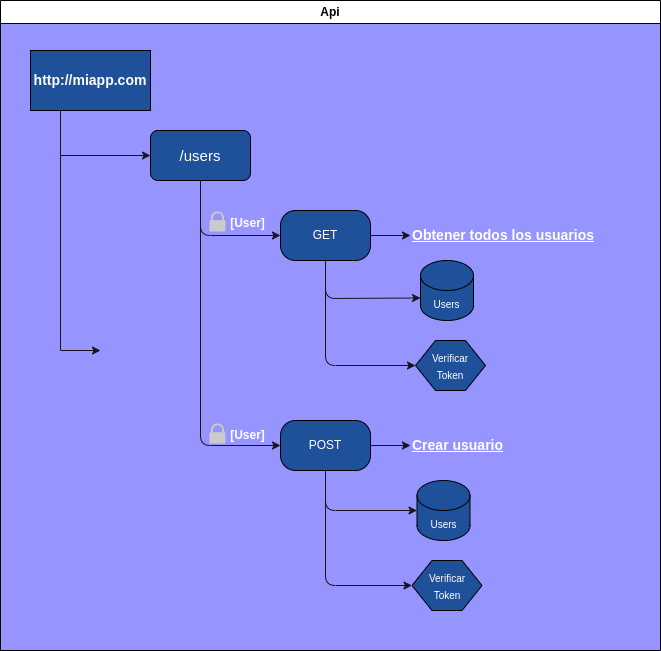
Before: app/diagram.drawio.png, a diagram exported from draw.io (Jav-mol/api_users). Source tidied: cells renumbered, new cells last; positions are measured from the earlier drawing's top-left corner, leaving out a move shared by most shapes.
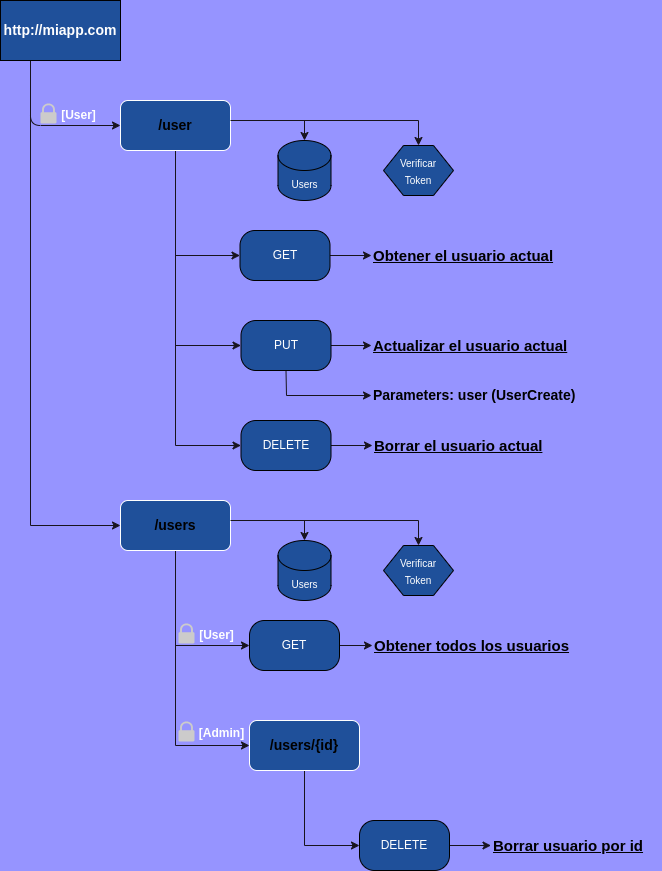
Later version of the same file.

Diff of the diagram source:
```diff
@@ -2,115 +2,190 @@
   <root>
     <mxCell id="0" />
     <mxCell id="1" parent="0" />
-    <mxCell id="2" style="edgeStyle=none;html=1;exitX=0.25;exitY=1;exitDx=0;exitDy=0;entryX=0;entryY=0.5;entryDx=0;entryDy=0;rounded=0;strokeColor=#18141D;" parent="1" edge="1" source="4" target="7">
-      <mxGeometry relative="1" as="geometry">
-        <Array as="points">
-          <mxPoint x="60" y="155" />
-        </Array>
-      </mxGeometry>
-    </mxCell>
-    <mxCell id="3" style="edgeStyle=none;html=1;exitX=0.25;exitY=1;exitDx=0;exitDy=0;rounded=0;strokeColor=#18141D;" parent="1" edge="1" source="4">
+    <mxCell id="3" style="edgeStyle=none;html=1;exitX=0.25;exitY=1;exitDx=0;exitDy=0;rounded=0;strokeColor=#18141D;entryX=0;entryY=0.5;entryDx=0;entryDy=0;" parent="1" edge="1" source="4" target="7">
       <mxGeometry relative="1" as="geometry">
-        <mxPoint x="100" y="350" as="targetPoint" />
         <Array as="points">
-          <mxPoint x="60" y="350" />
+          <mxPoint x="60" y="575" />
         </Array>
       </mxGeometry>
     </mxCell>
+    <mxCell id="27" style="edgeStyle=none;html=1;exitX=0.25;exitY=1;exitDx=0;exitDy=0;strokeColor=#18141D;" parent="1" edge="1" source="4" target="34">
+      <mxGeometry relative="1" as="geometry">
+        <Array as="points">
+          <mxPoint x="60" y="175" />
+        </Array>
+      </mxGeometry>
+    </mxCell>
     <mxCell id="4" value="&lt;font color=&quot;#ffffff&quot; style=&quot;font-size: 14px;&quot;&gt;http://miapp.com&lt;/font&gt;" style="rounded=0;whiteSpace=wrap;html=1;fillColor=#1F509A;fontStyle=1;" parent="1" vertex="1">
       <mxGeometry x="30" y="50" width="120" height="60" as="geometry" />
     </mxCell>
-    <mxCell id="5" style="edgeStyle=none;html=1;exitX=0.5;exitY=1;exitDx=0;exitDy=0;entryX=0;entryY=0.5;entryDx=0;entryDy=0;fontSize=14;strokeColor=#18141D;" parent="1" edge="1" source="7" target="11">
-      <mxGeometry relative="1" as="geometry">
-        <Array as="points">
-          <mxPoint x="200" y="235" />
-        </Array>
-      </mxGeometry>
-    </mxCell>
-    <mxCell id="6" style="edgeStyle=none;html=1;exitX=0.5;exitY=1;exitDx=0;exitDy=0;fontSize=12;entryX=0;entryY=0.5;entryDx=0;entryDy=0;strokeColor=#18141D;" parent="1" edge="1" source="7" target="17">
-      <mxGeometry relative="1" as="geometry">
-        <Array as="points">
-          <mxPoint x="200" y="445" />
-        </Array>
-      </mxGeometry>
-    </mxCell>
+    <mxCell id="28" style="sketch=0;shadow=0;dashed=0;html=1;strokeColor=none;labelPosition=center;verticalLabelPosition=bottom;verticalAlign=top;align=center;shape=mxgraph.office.security.lock_protected;fillColor=#CCCBCB;strokeWidth=3;fontSize=12;fontColor=#FFFFFF;" parent="1" vertex="1">
+      <mxGeometry x="70" y="153" width="16" height="20" as="geometry" />
+    </mxCell>
+    <mxCell id="29" value="&lt;b&gt;&lt;font style=&quot;font-size: 12px;&quot;&gt;[User]&lt;/font&gt;&lt;/b&gt;" style="text;html=1;align=center;verticalAlign=middle;strokeColor=none;fillColor=none;fontSize=10;fontColor=#FFFFFF;" parent="1" vertex="1">
+      <mxGeometry x="78" y="150" width="60" height="30" as="geometry" />
+    </mxCell>
+    <mxCell id="30" style="edgeStyle=none;rounded=0;html=1;entryX=0.5;entryY=0;entryDx=0;entryDy=0;entryPerimeter=0;strokeColor=#18141D;fontSize=14;" parent="1" edge="1" target="39">
+      <mxGeometry relative="1" as="geometry">
+        <mxPoint x="219" y="170" as="sourcePoint" />
+        <Array as="points">
+          <mxPoint x="334" y="170" />
+        </Array>
+      </mxGeometry>
+    </mxCell>
+    <mxCell id="31" style="edgeStyle=none;rounded=0;html=1;exitX=0.5;exitY=1;exitDx=0;exitDy=0;strokeColor=#18141D;fontSize=14;entryX=0;entryY=0.5;entryDx=0;entryDy=0;" parent="1" edge="1" source="34" target="44">
+      <mxGeometry relative="1" as="geometry">
+        <Array as="points">
+          <mxPoint x="205" y="395" />
+        </Array>
+      </mxGeometry>
+    </mxCell>
+    <mxCell id="32" style="edgeStyle=none;rounded=0;html=1;exitX=0.5;exitY=1;exitDx=0;exitDy=0;entryX=0;entryY=0.5;entryDx=0;entryDy=0;strokeColor=#18141D;fontSize=14;" parent="1" edge="1" source="34" target="38">
+      <mxGeometry relative="1" as="geometry">
+        <Array as="points">
+          <mxPoint x="205" y="305" />
+        </Array>
+      </mxGeometry>
+    </mxCell>
+    <mxCell id="33" style="edgeStyle=none;rounded=0;html=1;exitX=0.5;exitY=1;exitDx=0;exitDy=0;entryX=0;entryY=0.5;entryDx=0;entryDy=0;strokeColor=#18141D;fontSize=15;" parent="1" edge="1" source="34" target="48">
+      <mxGeometry relative="1" as="geometry">
+        <Array as="points">
+          <mxPoint x="205" y="495" />
+        </Array>
+      </mxGeometry>
+    </mxCell>
+    <mxCell id="34" value="&lt;font style=&quot;font-size: 14px;&quot;&gt;&lt;b&gt;/user&lt;/b&gt;&lt;/font&gt;" style="rounded=1;whiteSpace=wrap;html=1;strokeColor=#FFFFFF;fillColor=#1F509A;" parent="1" vertex="1">
+      <mxGeometry x="150" y="150" width="110" height="50" as="geometry" />
+    </mxCell>
+    <mxCell id="35" value="&lt;u style=&quot;font-size: 15px;&quot;&gt;&lt;b style=&quot;font-size: 15px;&quot;&gt;Obtener el usuario actual&lt;/b&gt;&lt;/u&gt;" style="text;html=1;align=left;verticalAlign=middle;points=[];strokeColor=none;fillColor=none;fontSize=15;" parent="1" vertex="1">
+      <mxGeometry x="401" y="290" width="200" height="30" as="geometry" />
+    </mxCell>
+    <mxCell id="36" style="edgeStyle=none;html=1;fontSize=14;entryX=0.5;entryY=0;entryDx=0;entryDy=0;strokeColor=#18141D;fontColor=#FFFFFF;rounded=0;" parent="1" edge="1" target="40">
+      <mxGeometry relative="1" as="geometry">
+        <mxPoint x="260" y="170" as="sourcePoint" />
+        <Array as="points">
+          <mxPoint x="448" y="170" />
+        </Array>
+      </mxGeometry>
+    </mxCell>
+    <mxCell id="37" style="edgeStyle=none;rounded=0;html=1;strokeColor=#18141D;fontSize=14;" parent="1" edge="1" source="38" target="35">
+      <mxGeometry relative="1" as="geometry" />
+    </mxCell>
+    <mxCell id="38" value="GET" style="rounded=1;whiteSpace=wrap;html=1;arcSize=30;fillColor=#1F509A;fontColor=#FFFFFF;" parent="1" vertex="1">
+      <mxGeometry x="269.5" y="280" width="90" height="50" as="geometry" />
+    </mxCell>
+    <mxCell id="39" value="&lt;font style=&quot;font-size: 10px;&quot;&gt;Users&lt;/font&gt;" style="shape=cylinder3;whiteSpace=wrap;html=1;boundedLbl=1;backgroundOutline=1;size=15;strokeWidth=1;fontSize=14;fillColor=#1F509A;fontColor=#FFFFFF;" parent="1" vertex="1">
+      <mxGeometry x="307.5" y="190" width="53" height="60" as="geometry" />
+    </mxCell>
+    <mxCell id="40" value="&lt;font style=&quot;font-size: 10px;&quot;&gt;Verificar &lt;br&gt;Token&lt;/font&gt;" style="shape=hexagon;perimeter=hexagonPerimeter2;whiteSpace=wrap;html=1;fixedSize=1;strokeWidth=1;fontSize=14;fillColor=#1F509A;fontColor=#FFFFFF;" parent="1" vertex="1">
+      <mxGeometry x="413" y="195" width="70" height="50" as="geometry" />
+    </mxCell>
+    <mxCell id="41" value="&lt;u style=&quot;font-size: 15px;&quot;&gt;&lt;b style=&quot;font-size: 15px;&quot;&gt;Actualizar el usuario actual&lt;/b&gt;&lt;/u&gt;" style="text;html=1;align=left;verticalAlign=middle;points=[];strokeColor=none;fillColor=none;fontSize=15;" parent="1" vertex="1">
+      <mxGeometry x="401" y="380" width="220" height="30" as="geometry" />
+    </mxCell>
+    <mxCell id="42" style="edgeStyle=none;html=1;exitX=1;exitY=0.5;exitDx=0;exitDy=0;strokeColor=#18141D;fontColor=#FFFFFF;" parent="1" edge="1" source="44" target="41">
+      <mxGeometry relative="1" as="geometry" />
+    </mxCell>
+    <mxCell id="43" style="edgeStyle=none;rounded=0;html=1;exitX=0.5;exitY=1;exitDx=0;exitDy=0;strokeColor=#18141D;fontSize=14;" parent="1" edge="1" source="44" target="45">
+      <mxGeometry relative="1" as="geometry">
+        <Array as="points">
+          <mxPoint x="316" y="445" />
+        </Array>
+      </mxGeometry>
+    </mxCell>
+    <mxCell id="44" value="PUT" style="rounded=1;whiteSpace=wrap;html=1;arcSize=30;fillColor=#1F509A;fontColor=#FFFFFF;" parent="1" vertex="1">
+      <mxGeometry x="270.5" y="370" width="90" height="50" as="geometry" />
+    </mxCell>
+    <mxCell id="45" value="&lt;b&gt;Parameters: user (UserCreate)&lt;/b&gt;" style="text;html=1;align=left;verticalAlign=middle;points=[];strokeColor=none;fillColor=none;fontSize=14;" parent="1" vertex="1">
+      <mxGeometry x="401" y="430" width="230" height="30" as="geometry" />
+    </mxCell>
+    <mxCell id="46" value="&lt;u style=&quot;font-size: 15px;&quot;&gt;&lt;b style=&quot;font-size: 15px;&quot;&gt;Borrar el usuario actual&lt;/b&gt;&lt;/u&gt;" style="text;html=1;align=left;verticalAlign=middle;points=[];strokeColor=none;fillColor=none;fontSize=15;" parent="1" vertex="1">
+      <mxGeometry x="402" y="480" width="190" height="30" as="geometry" />
+    </mxCell>
+    <mxCell id="47" style="edgeStyle=none;rounded=0;html=1;strokeColor=#18141D;fontSize=14;" parent="1" edge="1" source="48" target="46">
+      <mxGeometry relative="1" as="geometry" />
+    </mxCell>
+    <mxCell id="48" value="DELETE" style="rounded=1;whiteSpace=wrap;html=1;arcSize=30;fillColor=#1F509A;fontColor=#FFFFFF;" parent="1" vertex="1">
+      <mxGeometry x="270.5" y="470" width="90" height="50" as="geometry" />
+    </mxCell>
+    <mxCell id="49" style="edgeStyle=none;rounded=0;html=1;entryX=0.5;entryY=0;entryDx=0;entryDy=0;entryPerimeter=0;strokeColor=#18141D;fontSize=14;" parent="1" edge="1" target="53">
+      <mxGeometry relative="1" as="geometry">
+        <mxPoint x="219" y="570" as="sourcePoint" />
+        <Array as="points">
+          <mxPoint x="334" y="570" />
+        </Array>
+      </mxGeometry>
+    </mxCell>
+    <mxCell id="50" style="edgeStyle=none;rounded=0;html=1;exitX=0.5;exitY=1;exitDx=0;exitDy=0;entryX=0;entryY=0.5;entryDx=0;entryDy=0;strokeColor=#18141D;fontSize=15;" parent="1" edge="1" source="7" target="58">
+      <mxGeometry relative="1" as="geometry">
+        <Array as="points">
+          <mxPoint x="205" y="695" />
+        </Array>
+      </mxGeometry>
+    </mxCell>
+    <mxCell id="51" style="edgeStyle=none;rounded=0;html=1;exitX=0.5;exitY=1;exitDx=0;exitDy=0;entryX=0;entryY=0.5;entryDx=0;entryDy=0;strokeColor=#18141D;fontSize=15;" parent="1" edge="1" source="7" target="60">
+      <mxGeometry relative="1" as="geometry">
+        <Array as="points">
+          <mxPoint x="205" y="795" />
+        </Array>
+      </mxGeometry>
+    </mxCell>
-    <mxCell id="7" value="&lt;font style=&quot;font-size: 15px;&quot;&gt;/users&lt;/font&gt;" style="rounded=1;whiteSpace=wrap;html=1;fillColor=#1F509A;fontColor=#FFFFFF;" parent="1" vertex="1">
-      <mxGeometry x="150" y="130" width="100" height="50" as="geometry" />
+    <mxCell id="7" value="&lt;font style=&quot;font-size: 14px;&quot;&gt;&lt;b&gt;/users&lt;/b&gt;&lt;/font&gt;" style="rounded=1;whiteSpace=wrap;html=1;strokeColor=#FFFFFF;fillColor=#1F509A;" parent="1" vertex="1">
+      <mxGeometry x="150" y="550" width="110" height="50" as="geometry" />
     </mxCell>
-    <mxCell id="8" style="edgeStyle=none;html=1;exitX=1;exitY=0.5;exitDx=0;exitDy=0;strokeColor=#18141D;fontColor=#FFFFFF;" parent="1" edge="1" source="11">
-      <mxGeometry relative="1" as="geometry">
-        <mxPoint x="410" y="235" as="targetPoint" />
-      </mxGeometry>
-    </mxCell>
-    <mxCell id="9" style="edgeStyle=none;html=1;exitX=0.5;exitY=1;exitDx=0;exitDy=0;fontSize=14;entryX=0;entryY=0.5;entryDx=0;entryDy=0;strokeColor=#18141D;fontColor=#FFFFFF;" parent="1" edge="1" source="11" target="13">
-      <mxGeometry relative="1" as="geometry">
-        <Array as="points">
-          <mxPoint x="325" y="365" />
-        </Array>
-      </mxGeometry>
-    </mxCell>
-    <mxCell id="10" style="edgeStyle=none;html=1;exitX=0.5;exitY=1;exitDx=0;exitDy=0;entryX=0;entryY=0;entryDx=0;entryDy=37.5;entryPerimeter=0;fontSize=10;strokeColor=#18141D;fontColor=#FFFFFF;" parent="1" edge="1" source="11" target="12">
-      <mxGeometry relative="1" as="geometry">
-        <Array as="points">
-          <mxPoint x="325" y="298" />
-        </Array>
-      </mxGeometry>
-    </mxCell>
-    <mxCell id="11" value="GET" style="rounded=1;whiteSpace=wrap;html=1;arcSize=30;fillColor=#1F509A;fontColor=#FFFFFF;" parent="1" vertex="1">
-      <mxGeometry x="280" y="210" width="90" height="50" as="geometry" />
-    </mxCell>
-    <mxCell id="12" value="&lt;font style=&quot;font-size: 10px;&quot;&gt;Users&lt;/font&gt;" style="shape=cylinder3;whiteSpace=wrap;html=1;boundedLbl=1;backgroundOutline=1;size=15;strokeWidth=1;fontSize=14;fillColor=#1F509A;fontColor=#FFFFFF;" parent="1" vertex="1">
-      <mxGeometry x="420" y="260" width="53" height="60" as="geometry" />
-    </mxCell>
-    <mxCell id="13" value="&lt;font style=&quot;font-size: 10px;&quot;&gt;Verificar &lt;br&gt;Token&lt;/font&gt;" style="shape=hexagon;perimeter=hexagonPerimeter2;whiteSpace=wrap;html=1;fixedSize=1;strokeWidth=1;fontSize=14;fillColor=#1F509A;fontColor=#FFFFFF;" parent="1" vertex="1">
-      <mxGeometry x="415" y="340" width="70" height="50" as="geometry" />
-    </mxCell>
-    <mxCell id="14" style="edgeStyle=none;html=1;exitX=1;exitY=0.5;exitDx=0;exitDy=0;fontSize=12;strokeColor=#18141D;fontColor=#FFFFFF;" parent="1" edge="1" source="17" target="20">
-      <mxGeometry relative="1" as="geometry" />
-    </mxCell>
-    <mxCell id="15" style="edgeStyle=none;html=1;exitX=0.5;exitY=1;exitDx=0;exitDy=0;entryX=0;entryY=0.5;entryDx=0;entryDy=0;entryPerimeter=0;fontSize=12;strokeColor=#18141D;fontColor=#FFFFFF;" parent="1" edge="1" source="17" target="21">
-      <mxGeometry relative="1" as="geometry">
-        <Array as="points">
-          <mxPoint x="325" y="510" />
-        </Array>
-      </mxGeometry>
-    </mxCell>
-    <mxCell id="16" style="edgeStyle=none;html=1;exitX=0.5;exitY=1;exitDx=0;exitDy=0;entryX=0;entryY=0.5;entryDx=0;entryDy=0;fontSize=12;strokeColor=#18141D;fontColor=#FFFFFF;" parent="1" edge="1" source="17" target="22">
-      <mxGeometry relative="1" as="geometry">
-        <Array as="points">
-          <mxPoint x="325" y="585" />
-        </Array>
-      </mxGeometry>
-    </mxCell>
-    <mxCell id="17" value="POST" style="rounded=1;whiteSpace=wrap;html=1;arcSize=30;fillColor=#1F509A;fontColor=#FFFFFF;" parent="1" vertex="1">
-      <mxGeometry x="280" y="420" width="90" height="50" as="geometry" />
-    </mxCell>
-    <mxCell id="18" style="sketch=0;shadow=0;dashed=0;html=1;strokeColor=none;labelPosition=center;verticalLabelPosition=bottom;verticalAlign=top;align=center;shape=mxgraph.office.security.lock_protected;fillColor=#CCCBCB;strokeWidth=3;fontSize=12;fontColor=#FFFFFF;" parent="1" vertex="1">
-      <mxGeometry x="209" y="423" width="16" height="20" as="geometry" />
-    </mxCell>
-    <mxCell id="19" value="&lt;b&gt;&lt;font style=&quot;font-size: 12px;&quot;&gt;[User]&lt;/font&gt;&lt;/b&gt;" style="text;html=1;align=center;verticalAlign=middle;strokeColor=none;fillColor=none;fontSize=10;fontColor=#FFFFFF;" parent="1" vertex="1">
-      <mxGeometry x="217" y="420" width="60" height="30" as="geometry" />
-    </mxCell>
-    <mxCell id="20" value="&lt;span style=&quot;font-size: 14px;&quot;&gt;Crear usuario&lt;/span&gt;" style="text;html=1;align=left;verticalAlign=middle;points=[];strokeWidth=3;fontStyle=5;fontColor=#FFFFFF;" parent="1" vertex="1">
-      <mxGeometry x="410" y="430" width="110" height="30" as="geometry" />
-    </mxCell>
-    <mxCell id="21" value="&lt;font style=&quot;font-size: 10px;&quot;&gt;Users&lt;/font&gt;" style="shape=cylinder3;whiteSpace=wrap;html=1;boundedLbl=1;backgroundOutline=1;size=15;strokeWidth=1;fontSize=14;fillColor=#1F509A;fontColor=#FFFFFF;" parent="1" vertex="1">
-      <mxGeometry x="416.5" y="480" width="53" height="60" as="geometry" />
-    </mxCell>
-    <mxCell id="22" value="&lt;font style=&quot;font-size: 10px;&quot;&gt;Verificar &lt;br&gt;Token&lt;/font&gt;" style="shape=hexagon;perimeter=hexagonPerimeter2;whiteSpace=wrap;html=1;fixedSize=1;strokeWidth=1;fontSize=14;fillColor=#1F509A;fontColor=#FFFFFF;" parent="1" vertex="1">
-      <mxGeometry x="411.5" y="560" width="70" height="50" as="geometry" />
-    </mxCell>
+    <mxCell id="52" style="edgeStyle=none;html=1;fontSize=14;entryX=0.5;entryY=0;entryDx=0;entryDy=0;strokeColor=#18141D;fontColor=#FFFFFF;rounded=0;" parent="1" edge="1" target="54">
+      <mxGeometry relative="1" as="geometry">
+        <mxPoint x="260" y="570" as="sourcePoint" />
+        <Array as="points">
+          <mxPoint x="448" y="570" />
+        </Array>
+      </mxGeometry>
+    </mxCell>
+    <mxCell id="53" value="&lt;font style=&quot;font-size: 10px;&quot;&gt;Users&lt;/font&gt;" style="shape=cylinder3;whiteSpace=wrap;html=1;boundedLbl=1;backgroundOutline=1;size=15;strokeWidth=1;fontSize=14;fillColor=#1F509A;fontColor=#FFFFFF;" parent="1" vertex="1">
+      <mxGeometry x="307.5" y="590" width="53" height="60" as="geometry" />
+    </mxCell>
+    <mxCell id="54" value="&lt;font style=&quot;font-size: 10px;&quot;&gt;Verificar &lt;br&gt;Token&lt;/font&gt;" style="shape=hexagon;perimeter=hexagonPerimeter2;whiteSpace=wrap;html=1;fixedSize=1;strokeWidth=1;fontSize=14;fillColor=#1F509A;fontColor=#FFFFFF;" parent="1" vertex="1">
+      <mxGeometry x="413" y="595" width="70" height="50" as="geometry" />
+    </mxCell>
+    <mxCell id="55" style="sketch=0;shadow=0;dashed=0;html=1;strokeColor=none;labelPosition=center;verticalLabelPosition=bottom;verticalAlign=top;align=center;shape=mxgraph.office.security.lock_protected;fillColor=#CCCBCB;strokeWidth=3;fontSize=12;fontColor=#FFFFFF;" parent="1" vertex="1">
+      <mxGeometry x="208" y="673" width="16" height="20" as="geometry" />
+    </mxCell>
+    <mxCell id="56" value="&lt;b&gt;&lt;font style=&quot;font-size: 12px;&quot;&gt;[User]&lt;/font&gt;&lt;/b&gt;" style="text;html=1;align=center;verticalAlign=middle;strokeColor=none;fillColor=none;fontSize=10;fontColor=#FFFFFF;" parent="1" vertex="1">
+      <mxGeometry x="216" y="670" width="60" height="30" as="geometry" />
+    </mxCell>
-    <mxCell id="23" value="&lt;span style=&quot;font-size: 14px;&quot;&gt;Obtener todos los usuarios&lt;/span&gt;" style="text;html=1;align=left;verticalAlign=middle;points=[];strokeWidth=3;fontStyle=5;fontColor=#FFFFFF;" parent="1" vertex="1">
-      <mxGeometry x="410" y="220" width="210" height="30" as="geometry" />
+    <mxCell id="23" value="&lt;u style=&quot;font-size: 15px;&quot;&gt;&lt;b style=&quot;font-size: 15px;&quot;&gt;Obtener todos los usuarios&lt;/b&gt;&lt;/u&gt;" style="text;html=1;align=left;verticalAlign=middle;points=[];strokeColor=none;fillColor=none;fontSize=15;" parent="1" vertex="1">
+      <mxGeometry x="402" y="680" width="220" height="30" as="geometry" />
     </mxCell>
-    <mxCell id="24" value="Api" style="swimlane;whiteSpace=wrap;html=1;" parent="1" vertex="1">
-      <mxGeometry width="660" height="650" as="geometry" />
-    </mxCell>
-    <mxCell id="25" style="sketch=0;shadow=0;dashed=0;html=1;strokeColor=none;labelPosition=center;verticalLabelPosition=bottom;verticalAlign=top;align=center;shape=mxgraph.office.security.lock_protected;fillColor=#CCCBCB;strokeWidth=3;fontSize=12;fontColor=#FFFFFF;" parent="24" vertex="1">
-      <mxGeometry x="209" y="211" width="16" height="20" as="geometry" />
-    </mxCell>
-    <mxCell id="26" value="&lt;b&gt;&lt;font style=&quot;font-size: 12px;&quot;&gt;[User]&lt;/font&gt;&lt;/b&gt;" style="text;html=1;align=center;verticalAlign=middle;strokeColor=none;fillColor=none;fontSize=10;fontColor=#FFFFFF;" parent="24" vertex="1">
-      <mxGeometry x="217" y="208" width="60" height="30" as="geometry" />
-    </mxCell>
+    <mxCell id="57" style="edgeStyle=none;rounded=0;html=1;strokeColor=#18141D;fontSize=14;" parent="1" edge="1" source="58" target="23">
+      <mxGeometry relative="1" as="geometry" />
+    </mxCell>
+    <mxCell id="58" value="GET" style="rounded=1;whiteSpace=wrap;html=1;arcSize=30;fillColor=#1F509A;fontColor=#FFFFFF;" parent="1" vertex="1">
+      <mxGeometry x="279" y="670" width="90" height="50" as="geometry" />
+    </mxCell>
+    <mxCell id="59" style="edgeStyle=none;rounded=0;html=1;exitX=0.5;exitY=1;exitDx=0;exitDy=0;entryX=0;entryY=0.5;entryDx=0;entryDy=0;strokeColor=#18141D;fontSize=15;" parent="1" edge="1" source="60" target="63">
+      <mxGeometry relative="1" as="geometry">
+        <Array as="points">
+          <mxPoint x="334" y="895" />
+        </Array>
+      </mxGeometry>
+    </mxCell>
+    <mxCell id="60" value="&lt;font style=&quot;font-size: 14px;&quot;&gt;&lt;b&gt;/users/{id}&lt;/b&gt;&lt;/font&gt;" style="rounded=1;whiteSpace=wrap;html=1;strokeColor=#FFFFFF;fillColor=#1F509A;" parent="1" vertex="1">
+      <mxGeometry x="279" y="770" width="110" height="50" as="geometry" />
+    </mxCell>
+    <mxCell id="61" value="&lt;b&gt;&lt;u&gt;Borrar usuario por id&lt;/u&gt;&lt;/b&gt;" style="text;html=1;align=left;verticalAlign=middle;points=[];strokeColor=none;fillColor=none;fontSize=15;" parent="1" vertex="1">
+      <mxGeometry x="520.5" y="880" width="170" height="30" as="geometry" />
+    </mxCell>
+    <mxCell id="62" style="edgeStyle=none;rounded=0;html=1;strokeColor=#18141D;fontSize=14;" parent="1" edge="1" source="63" target="61">
+      <mxGeometry relative="1" as="geometry" />
+    </mxCell>
+    <mxCell id="63" value="DELETE" style="rounded=1;whiteSpace=wrap;html=1;arcSize=30;fillColor=#1F509A;fontColor=#FFFFFF;" parent="1" vertex="1">
+      <mxGeometry x="389" y="870" width="90" height="50" as="geometry" />
+    </mxCell>
+    <mxCell id="64" style="sketch=0;shadow=0;dashed=0;html=1;strokeColor=none;labelPosition=center;verticalLabelPosition=bottom;verticalAlign=top;align=center;shape=mxgraph.office.security.lock_protected;fillColor=#CCCBCB;strokeWidth=3;fontSize=12;fontColor=#FFFFFF;" parent="1" vertex="1">
+      <mxGeometry x="208" y="771" width="16" height="20" as="geometry" />
+    </mxCell>
+    <mxCell id="65" value="&lt;b&gt;&lt;font style=&quot;font-size: 12px;&quot;&gt;[Admin]&lt;/font&gt;&lt;/b&gt;" style="text;html=1;align=center;verticalAlign=middle;strokeColor=none;fillColor=none;fontSize=10;fontColor=#FFFFFF;" parent="1" vertex="1">
+      <mxGeometry x="216" y="768" width="70" height="30" as="geometry" />
+    </mxCell>
   </root>
 </mxGraphModel>
```
